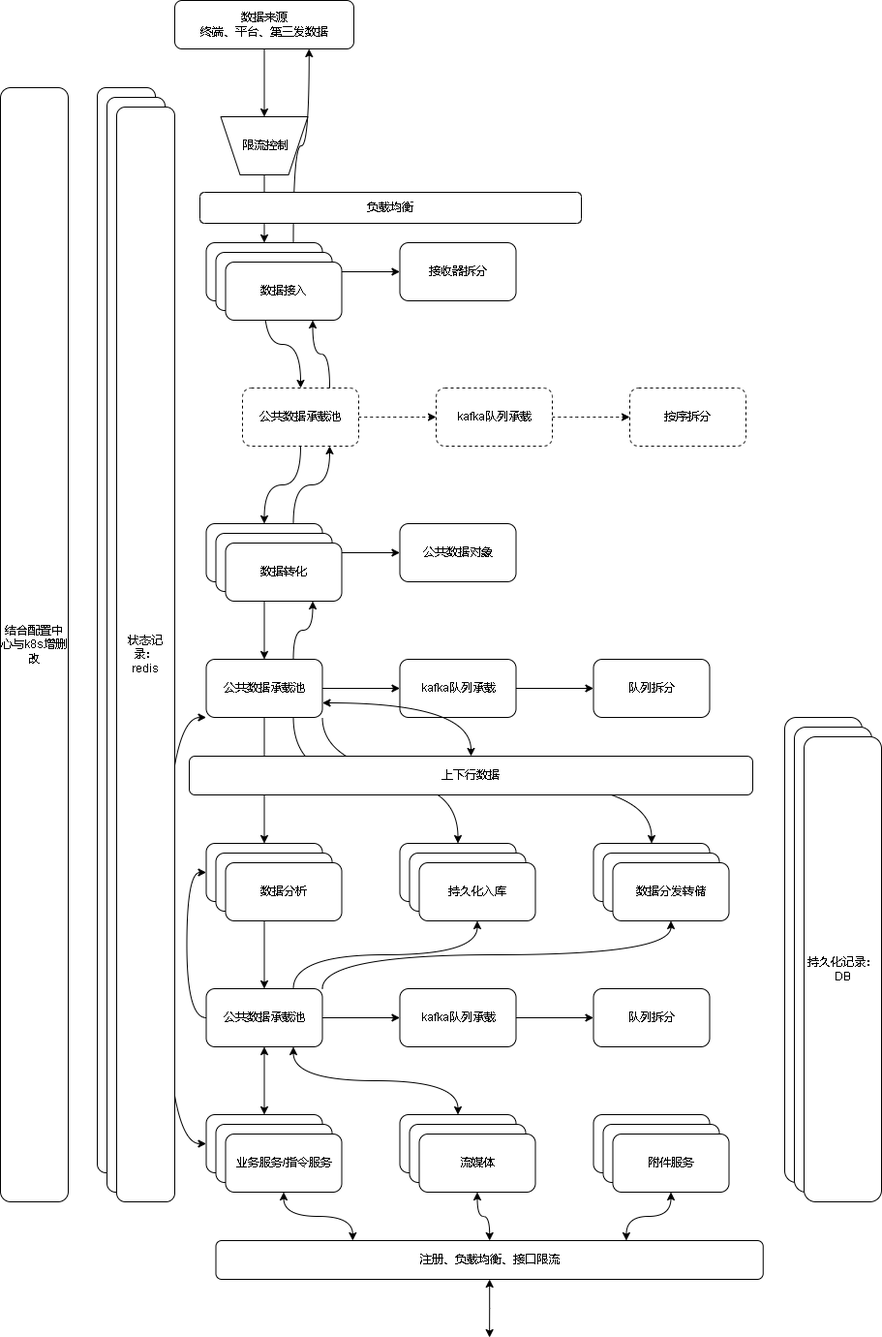
This is 808后台架构.drawio.png from xktder/draw, a draw.io export, as it was before one commit. Source tidied: cells renumbered, new cells last; positions are measured from the earlier drawing's top-left corner, leaving out a move shared by most shapes.
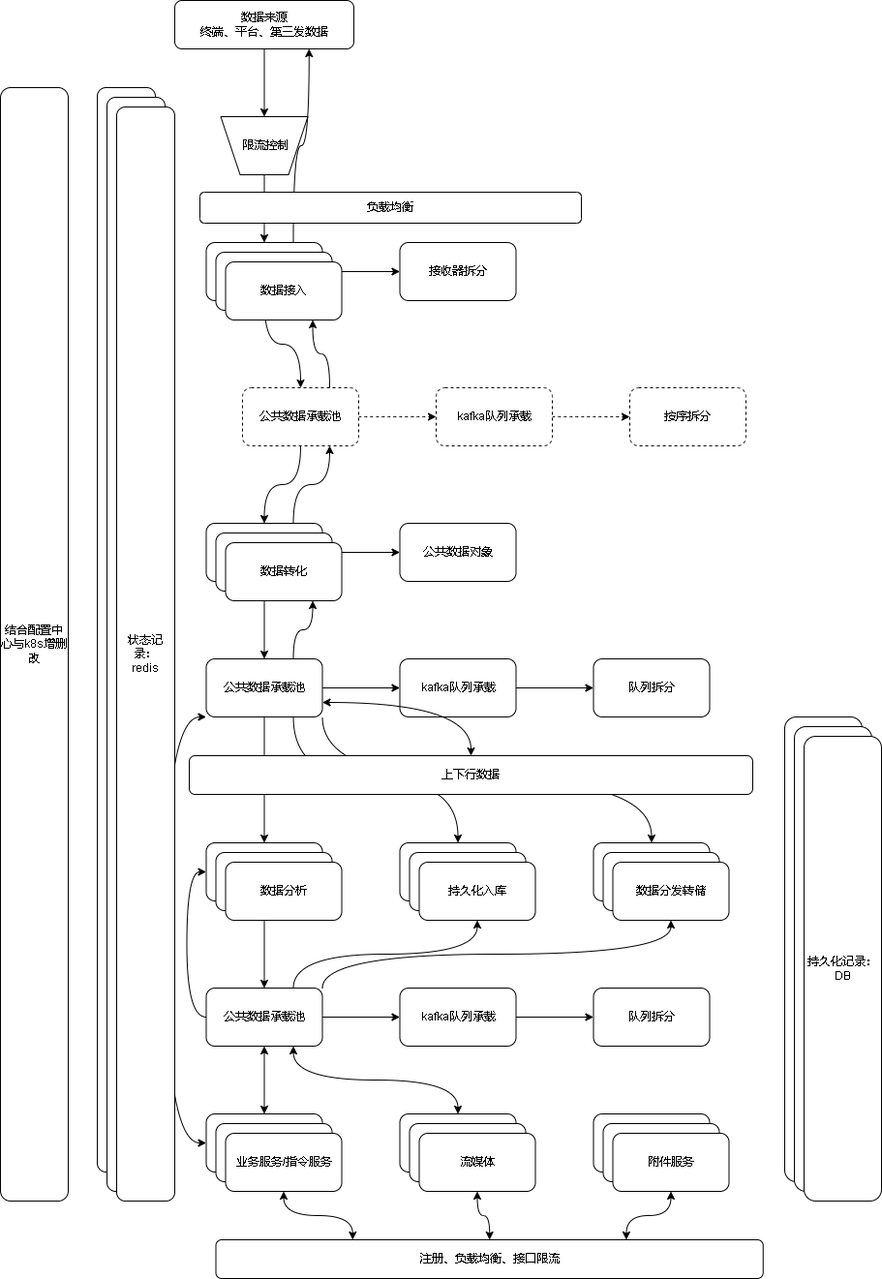
Above is the later version.

Commit message:
更新808后台架构.drawio.png

What changed in the source:
```diff
@@ -232,11 +232,6 @@
     <mxCell id="76" value="附件服务" style="rounded=1;whiteSpace=wrap;html=1;" parent="1" vertex="1">
       <mxGeometry x="632.5" y="1170" width="120" height="60" as="geometry" />
     </mxCell>
-    <mxCell id="77" style="edgeStyle=orthogonalEdgeStyle;curved=1;rounded=0;jettySize=auto;html=1;startArrow=classic;startFill=1;" parent="1" edge="1" source="80">
-      <mxGeometry relative="1" as="geometry">
-        <mxPoint x="505.1" y="1380" as="targetPoint" />
-      </mxGeometry>
-    </mxCell>
     <mxCell id="78" style="edgeStyle=orthogonalEdgeStyle;curved=1;rounded=0;jettySize=auto;html=1;startArrow=classic;startFill=1;" parent="1" edge="1" source="80" target="72">
       <mxGeometry relative="1" as="geometry" />
     </mxCell>
```
